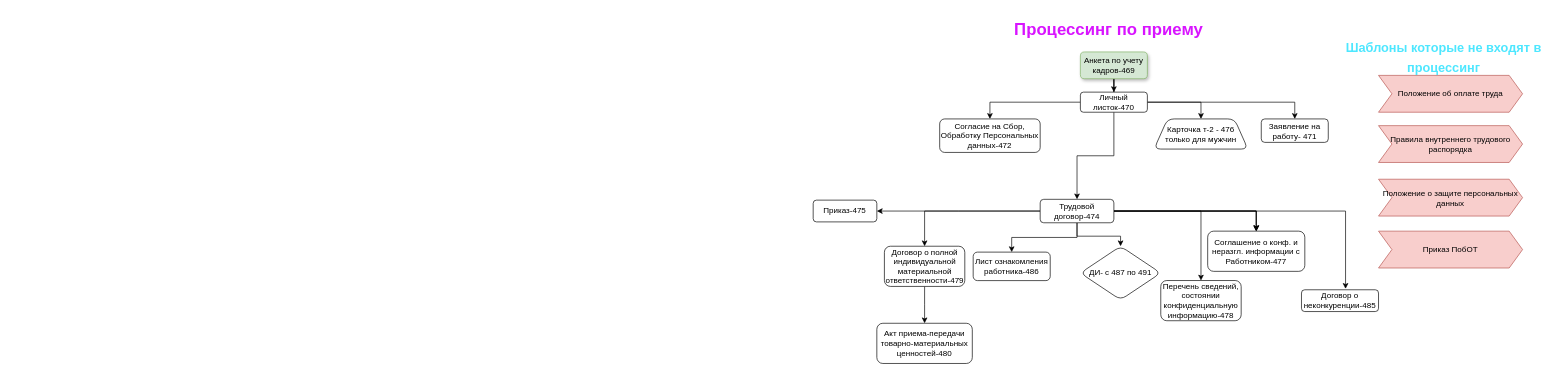
Zhailay/kdo-diagram keeps this draw.io diagram as Диаграмма без названия.drawio. Above is the earlier version. Source tidied: cells renumbered, new cells numbered last; positions are measured from the earlier drawing's top-left corner, leaving out a move shared by most shapes. Both pictures are drawn from the tidied source at 67%, with x=0, y=0 at pixel (813, 11).
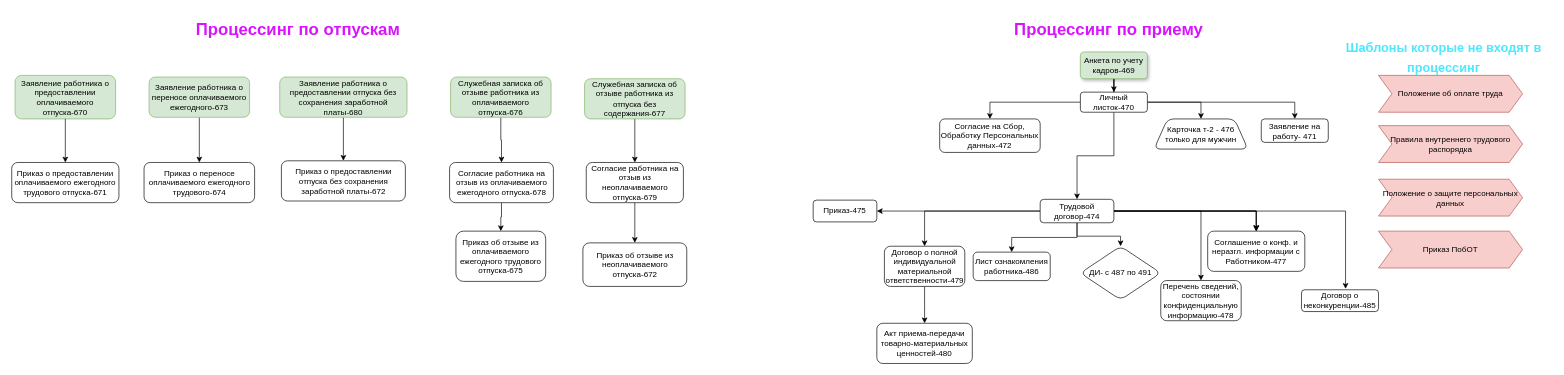
Above is the later version.

Diff of the diagram source:
```diff
@@
+    <mxCell id="37" value="&lt;b style=&quot;font-size: 25px;&quot;&gt;Процессинг по отпускам&lt;/b&gt;" style="text;html=1;align=center;verticalAlign=middle;whiteSpace=wrap;rounded=0;fontSize=25;fontColor=#D814FF;" parent="1" vertex="1">
+      <mxGeometry x="-931" width="325" height="50" as="geometry" />
+    </mxCell>
+    <mxCell id="38" value="Заявление работника о предоставлении оплачиваемого отпуска-670" style="rounded=1;whiteSpace=wrap;html=1;fillColor=#d5e8d4;strokeColor=#82b366;" parent="1" vertex="1">
+      <mxGeometry x="-1191" y="95" width="150" height="65" as="geometry" />
+    </mxCell>
+    <mxCell id="39" value="Приказ о предоставлении оплачиваемого ежегодного трудового отпуска-671" style="rounded=1;whiteSpace=wrap;html=1;" parent="1" vertex="1">
+      <mxGeometry x="-1196" y="225" width="160" height="60" as="geometry" />
+    </mxCell>
+    <mxCell id="40" style="endArrow=classic;html=1;rounded=0;exitX=0.5;exitY=1;exitDx=0;exitDy=0;entryX=0.5;entryY=0;entryDx=0;entryDy=0;" parent="1" edge="1" source="38" target="39">
+      <mxGeometry relative="1" as="geometry" />
+    </mxCell>
+    <mxCell id="41" style="edgeStyle=orthogonalEdgeStyle;rounded=0;jettySize=auto;html=1;" parent="1" edge="1" source="42" target="43">
+      <mxGeometry relative="1" as="geometry" />
+    </mxCell>
+    <mxCell id="42" value="Заявление работника о переносе оплачиваемого ежегодного-673" style="rounded=1;whiteSpace=wrap;html=1;fillColor=#d5e8d4;strokeColor=#82b366;" parent="1" vertex="1">
+      <mxGeometry x="-991" y="97.5" width="150" height="60" as="geometry" />
+    </mxCell>
+    <mxCell id="43" value="Приказ о переносе оплачиваемого ежегодного трудового-674" style="whiteSpace=wrap;html=1;rounded=1;" parent="1" vertex="1">
+      <mxGeometry x="-998.5" y="225" width="165" height="60" as="geometry" />
+    </mxCell>
+    <mxCell id="44" style="edgeStyle=orthogonalEdgeStyle;rounded=0;jettySize=auto;html=1;" parent="1" edge="1" source="45" target="46">
+      <mxGeometry relative="1" as="geometry" />
+    </mxCell>
+    <mxCell id="45" value="Заявление работника о предоставлении отпуска без сохранения заработной платы-680" style="rounded=1;whiteSpace=wrap;html=1;fillColor=#d5e8d4;strokeColor=#82b366;" parent="1" vertex="1">
+      <mxGeometry x="-796" y="97.5" width="190" height="60" as="geometry" />
+    </mxCell>
+    <mxCell id="46" value="Приказ о предоставлении отпуска без сохранения заработной платы-672" style="whiteSpace=wrap;html=1;rounded=1;" parent="1" vertex="1">
+      <mxGeometry x="-793.5" y="222.5" width="185" height="60" as="geometry" />
+    </mxCell>
+    <mxCell id="47" style="edgeStyle=orthogonalEdgeStyle;rounded=0;jettySize=auto;html=1;" parent="1" edge="1" source="48" target="50">
+      <mxGeometry relative="1" as="geometry" />
+    </mxCell>
+    <mxCell id="48" value="Служебная записка об отзыве работника из оплачиваемого отпуска-676" style="rounded=1;whiteSpace=wrap;html=1;fillColor=#d5e8d4;strokeColor=#82b366;" parent="1" vertex="1">
+      <mxGeometry x="-541" y="97.5" width="150" height="60" as="geometry" />
+    </mxCell>
+    <mxCell id="49" style="edgeStyle=orthogonalEdgeStyle;rounded=0;jettySize=auto;html=1;" parent="1" edge="1" source="50" target="51">
+      <mxGeometry relative="1" as="geometry" />
+    </mxCell>
+    <mxCell id="50" value="Согласие работника на отзыв из оплачиваемого ежегодного отпуска-678" style="whiteSpace=wrap;html=1;rounded=1;" parent="1" vertex="1">
+      <mxGeometry x="-542.5" y="225" width="155" height="60" as="geometry" />
+    </mxCell>
+    <mxCell id="51" value="Приказ об отзыве из оплачиваемого ежегодного трудового отпуска-675" style="whiteSpace=wrap;html=1;rounded=1;" parent="1" vertex="1">
+      <mxGeometry x="-533" y="327.5" width="134" height="75" as="geometry" />
+    </mxCell>
+    <mxCell id="52" style="edgeStyle=orthogonalEdgeStyle;rounded=0;jettySize=auto;html=1;" parent="1" edge="1" source="53" target="55">
+      <mxGeometry relative="1" as="geometry" />
+    </mxCell>
+    <mxCell id="53" value="Служебная записка об отзыве работника из отпуска без содержания-677" style="rounded=1;whiteSpace=wrap;html=1;fillColor=#d5e8d4;strokeColor=#82b366;" parent="1" vertex="1">
+      <mxGeometry x="-341" y="100" width="150" height="60" as="geometry" />
+    </mxCell>
+    <mxCell id="54" style="edgeStyle=orthogonalEdgeStyle;rounded=0;jettySize=auto;html=1;" parent="1" edge="1" source="55" target="56">
+      <mxGeometry relative="1" as="geometry" />
+    </mxCell>
+    <mxCell id="55" value="Согласие работника на отзыв из неоплачиваемого отпуска-679" style="whiteSpace=wrap;html=1;rounded=1;" parent="1" vertex="1">
+      <mxGeometry x="-338.5" y="225" width="145" height="60" as="geometry" />
+    </mxCell>
+    <mxCell id="56" value="Приказ об отзыве из неоплачиваемого отпуска-672" style="whiteSpace=wrap;html=1;rounded=1;" parent="1" vertex="1">
+      <mxGeometry x="-343.5" y="345" width="155" height="65" as="geometry" />
+    </mxCell>
```
